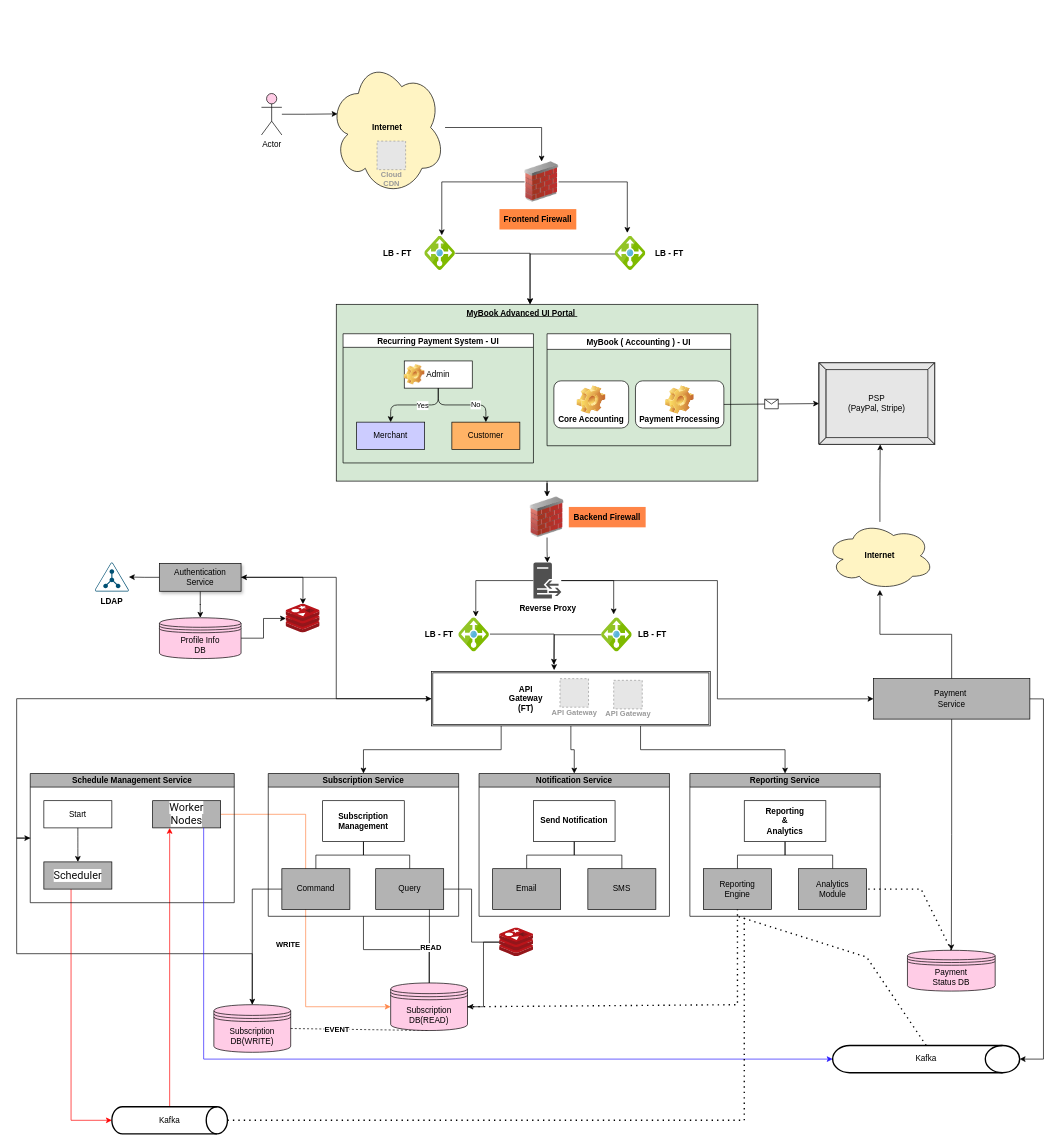
The draw.io diagram Inuit_A4A.drawio in kk-ecu/tobedeleted, before the edit. Source tidied: cells renumbered, new cells numbered last; positions are measured from the earlier drawing's top-left corner, leaving out a move shared by most shapes. Both pictures are drawn from the tidied source at 68%, with x=0, y=0 at pixel (30, 59). Pictures stored in the file or linked from it are replaced by grey dashed boxes.
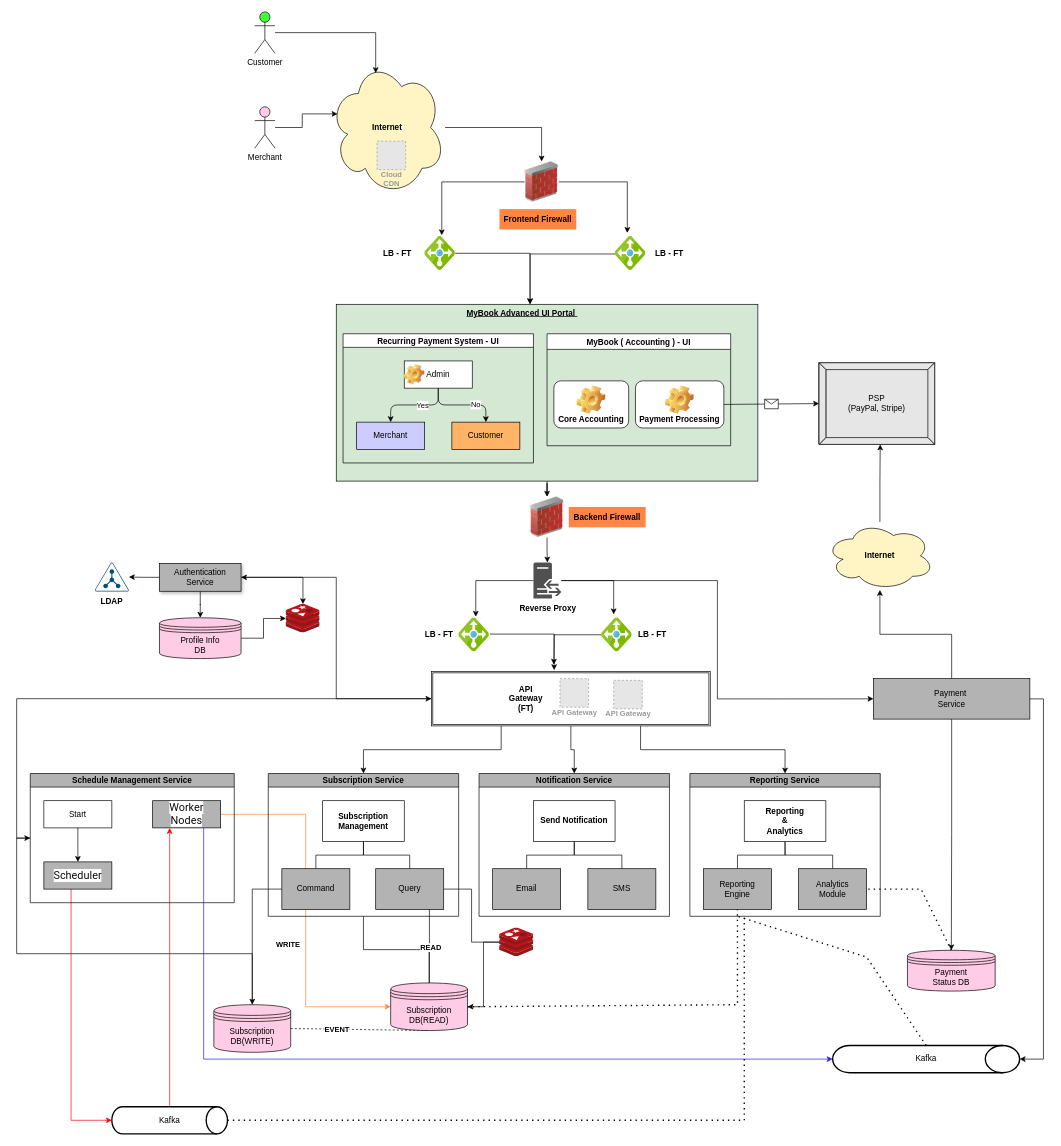
After the change.

The change refers to these unchanged cells:
```xml
<mxCell id="8" value="&lt;div style=&quot;text-align: justify;&quot;&gt;&lt;b style=&quot;background-color: initial;&quot;&gt;Internet&lt;/b&gt;&lt;/div&gt;" style="ellipse;shape=cloud;whiteSpace=wrap;html=1;fillColor=#FFF4C3;align=center;" parent="1" vertex="1">
  <mxGeometry x="440" width="170" height="200" as="geometry" />
</mxCell>
```

What changed in the source:
```diff
@@
-    <mxCell id="11" value="Actor" style="shape=umlActor;verticalLabelPosition=bottom;verticalAlign=top;html=1;outlineConnect=0;fillColor=#FFCCE6;" parent="1" vertex="1">
-      <mxGeometry x="340" y="50" width="30" height="61" as="geometry" />
+    <mxCell id="11" value="Merchant" style="shape=umlActor;verticalLabelPosition=bottom;verticalAlign=top;html=1;outlineConnect=0;fillColor=#FFCCE6;" parent="1" vertex="1">
+      <mxGeometry x="330" y="69.5" width="30" height="61" as="geometry" />
     </mxCell>
@@
+    <mxCell id="122" value="Customer" style="shape=umlActor;verticalLabelPosition=bottom;verticalAlign=top;html=1;outlineConnect=0;fillColor=#3FFF38;" parent="1" vertex="1">
+      <mxGeometry x="330" y="-70" width="30" height="61" as="geometry" />
+    </mxCell>
+    <mxCell id="123" style="edgeStyle=orthogonalEdgeStyle;rounded=0;jettySize=auto;html=1;entryX=0.4;entryY=0.1;entryDx=0;entryDy=0;entryPerimeter=0;" parent="1" edge="1" source="122" target="8">
+      <mxGeometry relative="1" as="geometry" />
+    </mxCell>
```
